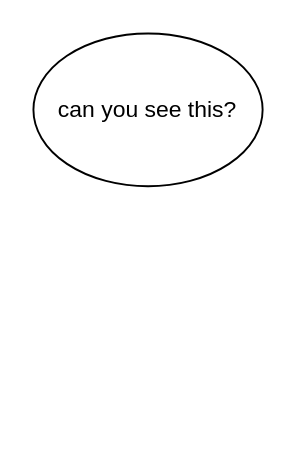
This is Untitled Diagram.drawio from AryamEzra/DB-Assignment, a draw.io file, before an edit. Source tidied: cells renumbered, new cells numbered last; positions are measured from the earlier drawing's top-left corner, leaving out a move shared by most shapes. Both pictures are drawn from the tidied source at 191%, with x=0, y=0 at pixel (32, 32).
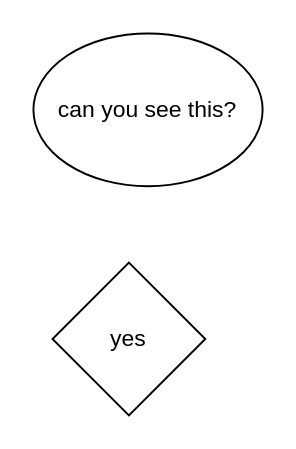
After the change.

Change to the diagram source:
```diff
@@
 <mxGraphModel>
   <root>
     <mxCell id="0" />
     <mxCell id="1" parent="0" />
     <mxCell id="2" value="can you see this?" style="ellipse;whiteSpace=wrap;html=1;" parent="1" vertex="1">
       <mxGeometry width="120" height="80" as="geometry" />
     </mxCell>
+    <mxCell id="3" value="yes" style="rhombus;whiteSpace=wrap;html=1;" parent="1" vertex="1">
+      <mxGeometry x="10" y="120" width="80" height="80" as="geometry" />
+    </mxCell>
   </root>
 </mxGraphModel>
```
